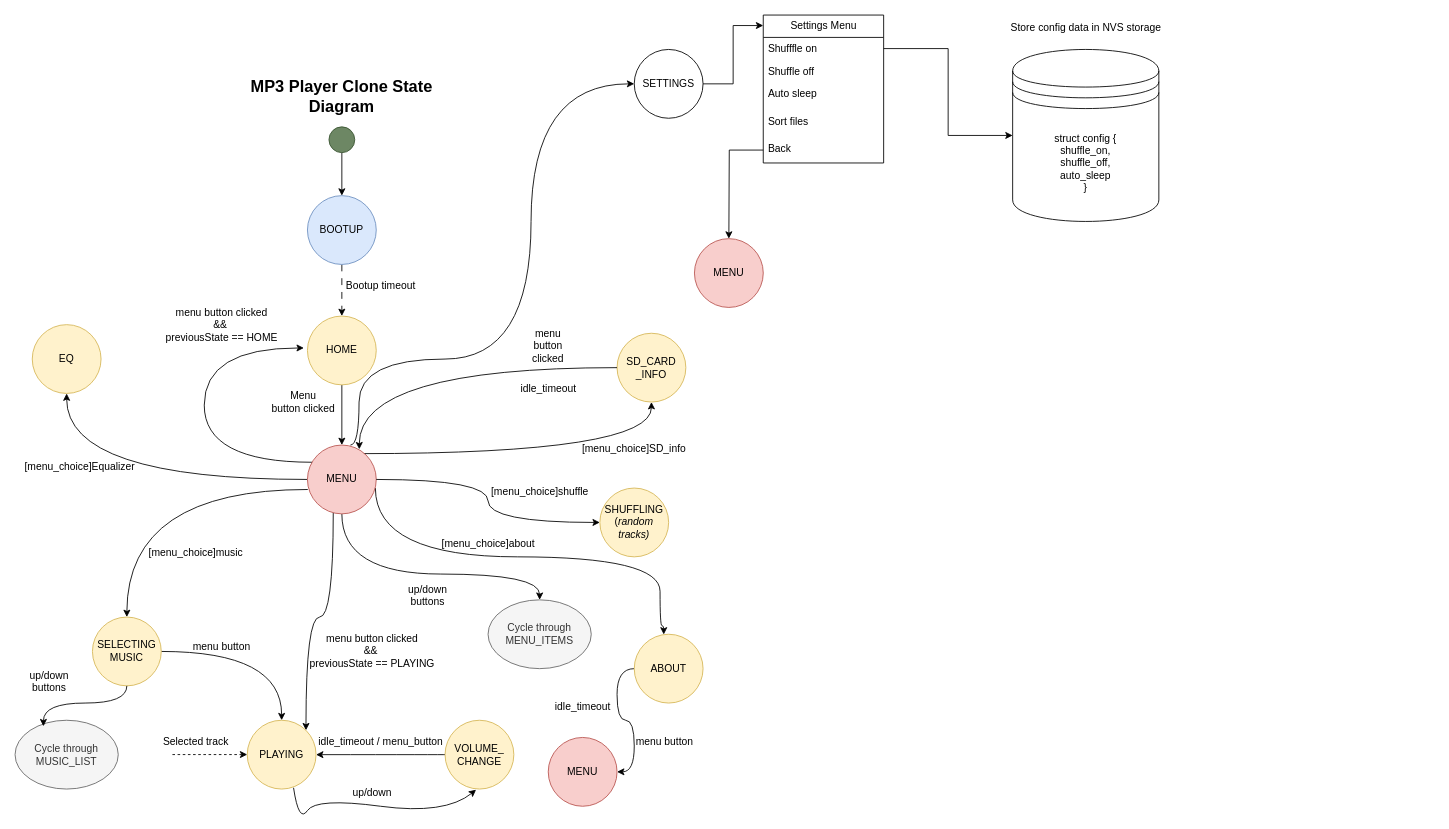
Above: state-diagram/MusicPlayerStateDiagram.drawio in bytecod3/MusiQ-Player (draw.io), before the change. Source tidied: cells renumbered, new cells numbered last; positions are measured from the earlier drawing's top-left corner, leaving out a move shared by most shapes. Both pictures are drawn from the tidied source at 86%, with x=0, y=0 at pixel (15, 15).
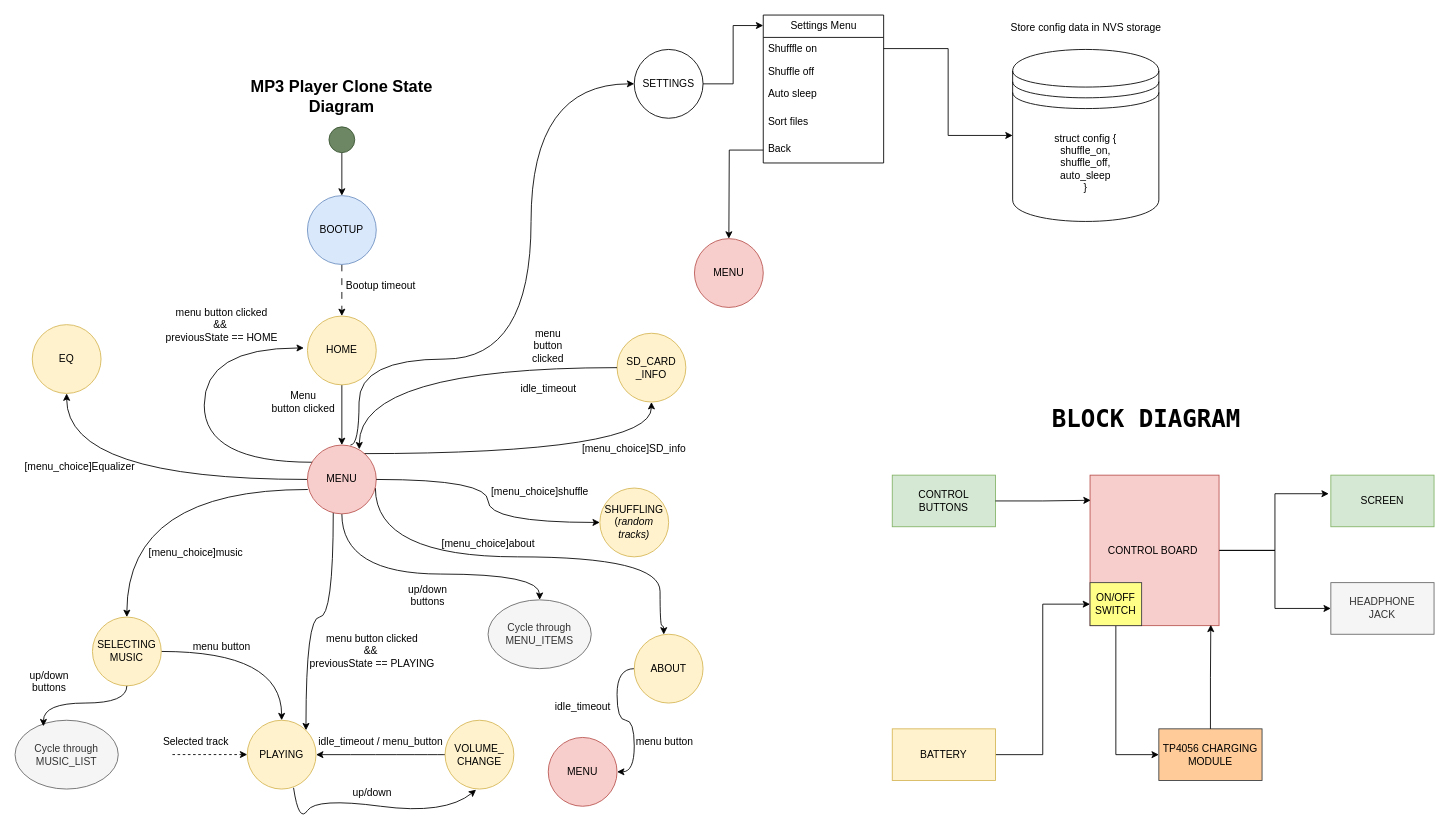
After the change.

Commit message (it also covers changes not shown here):
adds block diagram

What changed in the source:
```diff
@@
+    <mxCell id="70" style="edgeStyle=orthogonalEdgeStyle;rounded=0;jettySize=auto;html=1;entryX=0;entryY=0.5;entryDx=0;entryDy=0;" parent="1" edge="1" source="71" target="79">
+      <mxGeometry relative="1" as="geometry" />
+    </mxCell>
+    <mxCell id="71" value="CONTROL BOARD&amp;nbsp;" style="rounded=0;whiteSpace=wrap;html=1;fillColor=#f8cecc;strokeColor=#b85450;" parent="1" vertex="1">
+      <mxGeometry x="1250" y="535" width="150" height="175" as="geometry" />
+    </mxCell>
+    <mxCell id="72" value="CONTROL BUTTONS" style="rounded=0;whiteSpace=wrap;html=1;fillColor=#d5e8d4;strokeColor=#82b366;" parent="1" vertex="1">
+      <mxGeometry x="1020" y="535" width="120" height="60" as="geometry" />
+    </mxCell>
+    <mxCell id="73" style="edgeStyle=orthogonalEdgeStyle;rounded=0;jettySize=auto;html=1;entryX=0;entryY=0.5;entryDx=0;entryDy=0;" parent="1" edge="1" source="74" target="76">
+      <mxGeometry relative="1" as="geometry" />
+    </mxCell>
+    <mxCell id="74" value="BATTERY" style="rounded=0;whiteSpace=wrap;html=1;fillColor=#fff2cc;strokeColor=#d6b656;" parent="1" vertex="1">
+      <mxGeometry x="1020" y="830" width="120" height="60" as="geometry" />
+    </mxCell>
+    <mxCell id="75" style="edgeStyle=orthogonalEdgeStyle;rounded=0;jettySize=auto;html=1;" parent="1" edge="1" source="76" target="77">
+      <mxGeometry relative="1" as="geometry">
+        <Array as="points">
+          <mxPoint x="1280" y="860" />
+        </Array>
+      </mxGeometry>
+    </mxCell>
+    <mxCell id="76" value="ON/OFF SWITCH" style="rounded=0;whiteSpace=wrap;html=1;fillColor=#ffff88;strokeColor=#36393d;" parent="1" vertex="1">
+      <mxGeometry x="1250" y="660" width="60" height="50" as="geometry" />
+    </mxCell>
+    <mxCell id="77" value="TP4056 CHARGING MODULE" style="rounded=0;whiteSpace=wrap;html=1;fillColor=#ffcc99;strokeColor=#36393d;" parent="1" vertex="1">
+      <mxGeometry x="1330" y="830" width="120" height="60" as="geometry" />
+    </mxCell>
+    <mxCell id="78" value="SCREEN" style="rounded=0;whiteSpace=wrap;html=1;fillColor=#d5e8d4;strokeColor=#82b366;" parent="1" vertex="1">
+      <mxGeometry x="1530" y="535" width="120" height="60" as="geometry" />
+    </mxCell>
+    <mxCell id="79" value="HEADPHONE &lt;br&gt;JACK" style="rounded=0;whiteSpace=wrap;html=1;fillColor=#f5f5f5;fontColor=#333333;strokeColor=#666666;" parent="1" vertex="1">
+      <mxGeometry x="1530" y="660" width="120" height="60" as="geometry" />
+    </mxCell>
+    <mxCell id="80" style="edgeStyle=orthogonalEdgeStyle;rounded=0;jettySize=auto;html=1;entryX=0.005;entryY=0.167;entryDx=0;entryDy=0;entryPerimeter=0;" parent="1" edge="1" source="72" target="71">
+      <mxGeometry relative="1" as="geometry" />
+    </mxCell>
+    <mxCell id="81" style="edgeStyle=orthogonalEdgeStyle;rounded=0;jettySize=auto;html=1;entryX=-0.02;entryY=0.36;entryDx=0;entryDy=0;entryPerimeter=0;" parent="1" edge="1" source="71" target="78">
+      <mxGeometry relative="1" as="geometry" />
+    </mxCell>
+    <mxCell id="82" style="edgeStyle=orthogonalEdgeStyle;rounded=0;jettySize=auto;html=1;entryX=0.936;entryY=0.994;entryDx=0;entryDy=0;entryPerimeter=0;" parent="1" edge="1" source="77" target="71">
+      <mxGeometry relative="1" as="geometry" />
+    </mxCell>
+    <mxCell id="83" value="&lt;h1&gt;&lt;b&gt;&lt;font face=&quot;Lucida Console&quot; style=&quot;font-size: 28px;&quot;&gt;BLOCK DIAGRAM&lt;/font&gt;&lt;/b&gt;&lt;/h1&gt;" style="text;html=1;align=center;verticalAlign=middle;strokeColor=none;fillColor=none;" parent="1" vertex="1">
+      <mxGeometry x="1190" y="430" width="250" height="80" as="geometry" />
+    </mxCell>
```
